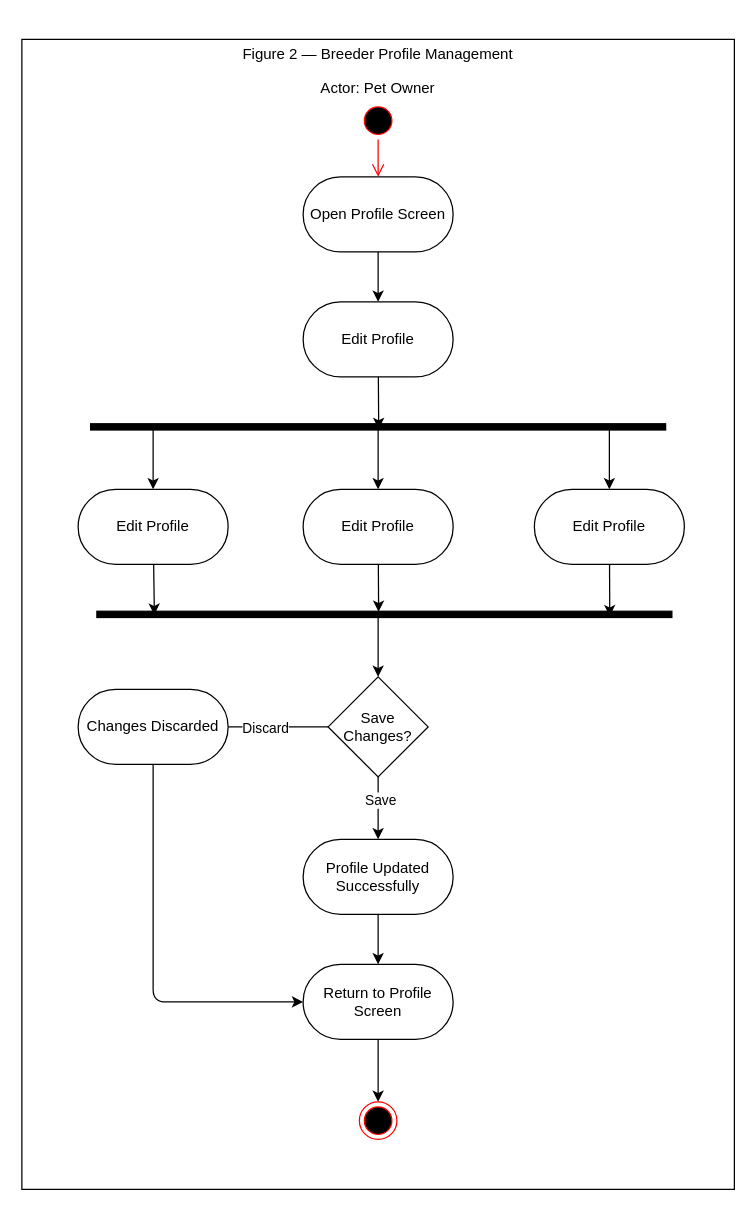
Chels013/Breedr-Diagrams keeps this draw.io diagram as ActivityDiagram_Figure2_USALLA.drawio. Above is the earlier version. Source tidied: cells renumbered, new cells numbered last; positions are measured from the earlier drawing's top-left corner, leaving out a move shared by most shapes. Both pictures are drawn from the tidied source at 125%, with x=0, y=0 at pixel (21, 39).
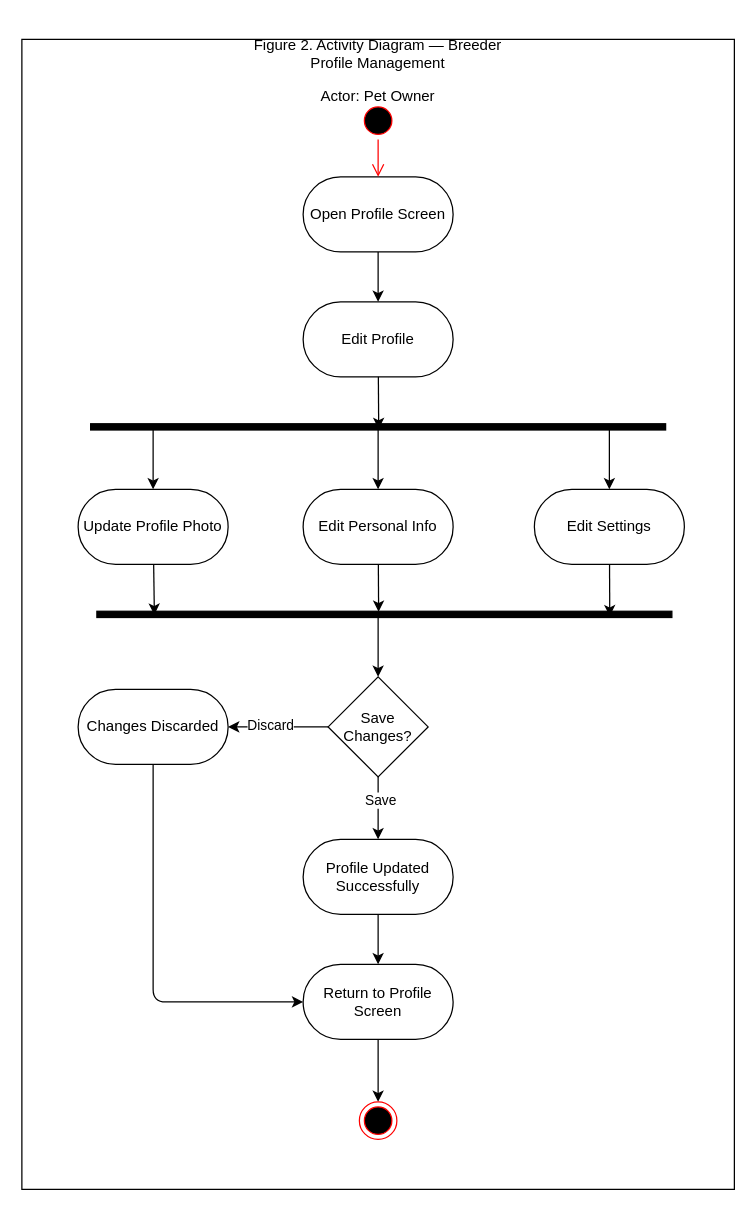
The same diagram, later.

Unchanged cells that the change refers to:
```xml
<mxCell id="24" value="&lt;p&gt;Save Changes?&lt;/p&gt;" style="rhombus;whiteSpace=wrap;html=1;" parent="1" vertex="1">
  <mxGeometry x="245" y="510" width="80" height="80" as="geometry" />
</mxCell>
<mxCell id="31" value="&lt;p&gt;Changes Discarded&lt;/p&gt;" style="rounded=1;whiteSpace=wrap;html=1;arcSize=50;" parent="1" vertex="1">
  <mxGeometry x="45" y="520" width="120" height="60" as="geometry" />
</mxCell>
```

What changed in the source:
```diff
@@
-    <mxCell id="3" value="&lt;p&gt;Figure 2 — Breeder Profile Management&lt;/p&gt;&lt;p&gt;Actor: Pet Owner&lt;/p&gt;" style="text;html=1;align=center;verticalAlign=middle;whiteSpace=wrap;rounded=0;" parent="1" vertex="1">
+    <mxCell id="3" value="&lt;p&gt;Figure 2. Activity Diagram — Breeder Profile Management&lt;/p&gt;&lt;p&gt;Actor: Pet Owner&lt;/p&gt;" style="text;html=1;align=center;verticalAlign=middle;whiteSpace=wrap;rounded=0;" parent="1" vertex="1">
       <mxGeometry x="175" y="10" width="220" height="30" as="geometry" />
     </mxCell>
@@
-    <mxCell id="13" value="&lt;p&gt;Edit Profile&lt;/p&gt;" style="rounded=1;whiteSpace=wrap;html=1;arcSize=50;" parent="1" vertex="1">
+    <mxCell id="13" value="&lt;p&gt;Update Profile Photo&lt;/p&gt;" style="rounded=1;whiteSpace=wrap;html=1;arcSize=50;" parent="1" vertex="1">
       <mxGeometry x="45" y="360" width="120" height="60" as="geometry" />
     </mxCell>
-    <mxCell id="14" value="&lt;p&gt;Edit Profile&lt;/p&gt;" style="rounded=1;whiteSpace=wrap;html=1;arcSize=50;" parent="1" vertex="1">
+    <mxCell id="14" value="&lt;p&gt;Edit Personal Info&lt;/p&gt;" style="rounded=1;whiteSpace=wrap;html=1;arcSize=50;" parent="1" vertex="1">
       <mxGeometry x="225" y="360" width="120" height="60" as="geometry" />
     </mxCell>
-    <mxCell id="15" value="&lt;p&gt;Edit Profile&lt;/p&gt;" style="rounded=1;whiteSpace=wrap;html=1;arcSize=50;" parent="1" vertex="1">
+    <mxCell id="15" value="&lt;p&gt;Edit Settings&lt;/p&gt;" style="rounded=1;whiteSpace=wrap;html=1;arcSize=50;" parent="1" vertex="1">
       <mxGeometry x="410" y="360" width="120" height="60" as="geometry" />
     </mxCell>
@@
+    <mxCell id="34" style="edgeStyle=none;html=1;entryX=1;entryY=0.5;entryDx=0;entryDy=0;" parent="1" edge="1" source="24" target="31">
+      <mxGeometry relative="1" as="geometry" />
+    </mxCell>
+    <mxCell id="33" value="Discard" style="edgeLabel;html=1;align=center;verticalAlign=middle;" parent="34" vertex="1">
+      <mxGeometry x="0.18" y="-2" relative="1" as="geometry" />
+    </mxCell>
@@
-    <mxCell id="32" style="endArrow=none;html=1;entryX=0;entryY=0.5;entryDx=0;entryDy=0;exitX=1;exitY=0.5;exitDx=0;exitDy=0;" parent="1" edge="1" source="31" target="24">
-      <mxGeometry relative="1" as="geometry" />
-    </mxCell>
-    <mxCell id="33" value="Discard" style="edgeLabel;html=1;align=center;verticalAlign=middle;" parent="32" vertex="1">
-      <mxGeometry x="-0.27" relative="1" as="geometry" />
-    </mxCell>
```
